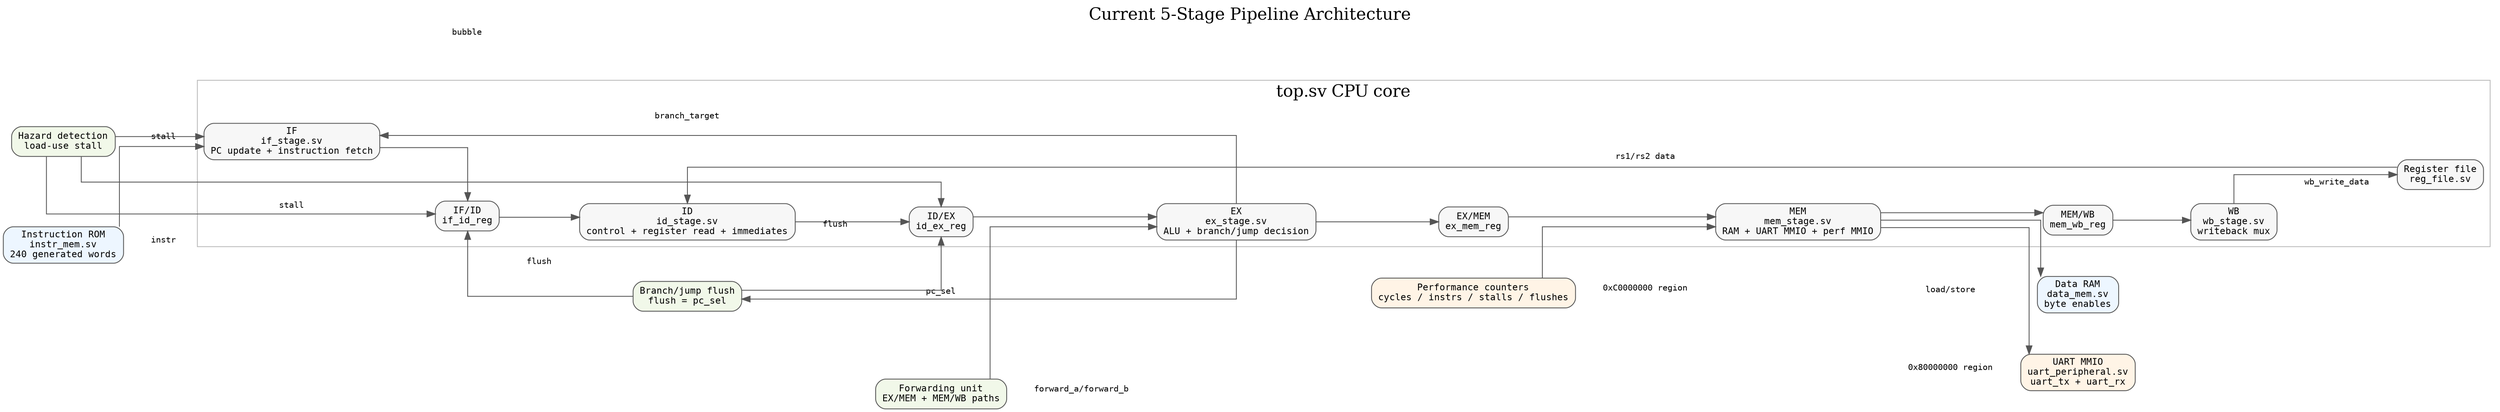
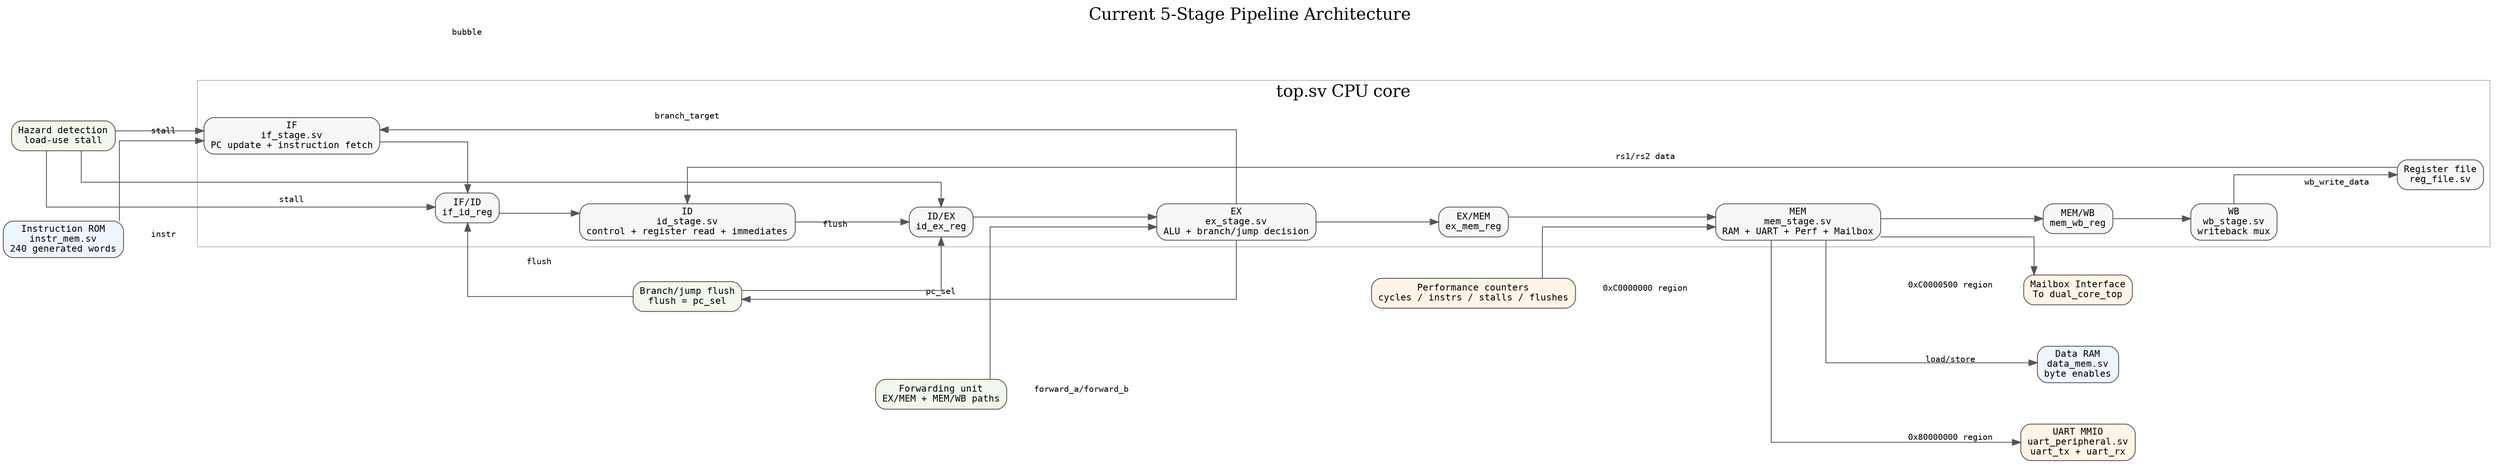
// Generated by tools/generate_diagrams.py.
// Run tools/update_docs.ps1 after implementation changes.
// Edit the generator, not this generated .dot file.


digraph pipeline {
    graph [
        label="Current 5-Stage Pipeline Architecture",
        labelloc=t,
        fontsize=20,
        rankdir=LR,
        splines=ortho,
        nodesep=0.7,
        ranksep=0.9
    ];

    node [
        shape=box,
        style="rounded,filled",
        fillcolor="#f7f7f7",
        color="#555555",
        fontname="Consolas",
        fontsize=11
    ];

    edge [
        color="#555555",
        fontname="Consolas",
        fontsize=10
    ];

    subgraph cluster_cpu {
        label="top.sv CPU core";
        color="#bbbbbb";

        if_stage  [label="IF\nif_stage.sv\nPC update + instruction fetch"];
        if_id     [label="IF/ID\nif_id_reg"];
        id_stage  [label="ID\nid_stage.sv\ncontrol + register read + immediates"];
        id_ex     [label="ID/EX\nid_ex_reg"];
        ex_stage  [label="EX\nex_stage.sv\nALU + branch/jump decision"];
        ex_mem    [label="EX/MEM\nex_mem_reg"];
-         mem_stage [label="MEM\nmem_stage.sv\nRAM + UART MMIO + perf MMIO"];
+         mem_stage [label="MEM\nmem_stage.sv\nRAM + UART + Perf + Mailbox"];
        mem_wb    [label="MEM/WB\nmem_wb_reg"];
        wb_stage  [label="WB\nwb_stage.sv\nwriteback mux"];
        reg_file  [label="Register file\nreg_file.sv"];
    }

    instr_rom [label="Instruction ROM\ninstr_mem.sv\n240 generated words", fillcolor="#edf6ff"];
    data_ram  [label="Data RAM\ndata_mem.sv\nbyte enables", fillcolor="#edf6ff"];
    uart      [label="UART MMIO\nuart_peripheral.sv\nuart_tx + uart_rx", fillcolor="#fff4e6"];
    perf      [label="Performance counters\ncycles / instrs / stalls / flushes", fillcolor="#fff4e6"];
+     mailbox   [label="Mailbox Interface\nTo dual_core_top", fillcolor="#fff4e6"];

    hazard    [label="Hazard detection\nload-use stall", fillcolor="#f1f8e9"];
    forward   [label="Forwarding unit\nEX/MEM + MEM/WB paths", fillcolor="#f1f8e9"];
    flush_ctl [label="Branch/jump flush\nflush = pc_sel", fillcolor="#f1f8e9"];

    if_stage -> if_id;
    if_id -> id_stage;
    id_stage -> id_ex;
    id_ex -> ex_stage;
    ex_stage -> ex_mem;
    ex_mem -> mem_stage;
    mem_stage -> mem_wb;
    mem_wb -> wb_stage;
    wb_stage -> reg_file [label="wb_write_data"];
    reg_file -> id_stage [label="rs1/rs2 data"];

    instr_rom -> if_stage [label="instr"];
    mem_stage -> data_ram [label="load/store"];
    mem_stage -> uart [label="0x80000000 region"];
    perf -> mem_stage [label="0xC0000000 region"];
+     mem_stage -> mailbox [label="0xC0000500 region"];

    hazard -> if_stage [label="stall"];
    hazard -> if_id [label="stall"];
    hazard -> id_ex [label="bubble"];
    forward -> ex_stage [label="forward_a/forward_b"];
    flush_ctl -> if_id [label="flush"];
    flush_ctl -> id_ex [label="flush"];
    ex_stage -> flush_ctl [label="pc_sel"];
    ex_stage -> if_stage [label="branch_target"];
}
